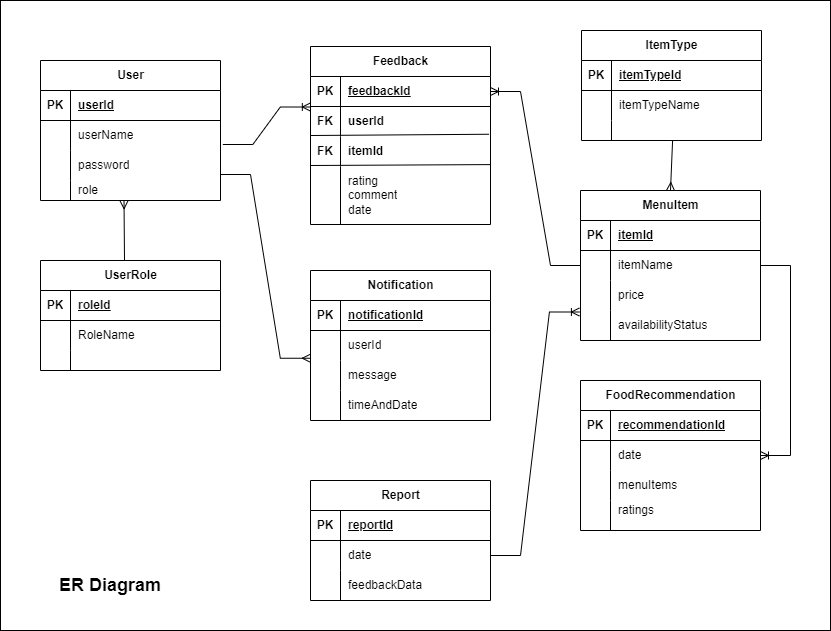
The draw.io diagram UML Diagrams/ER Diagram/ERDiagram.drawio.png in Poyam-ITT/Cafeteria_Recommendation_Engine, before a commit. Source tidied: cells renumbered, new cells last; positions are measured from the earlier drawing's top-left corner, leaving out a move shared by most shapes.
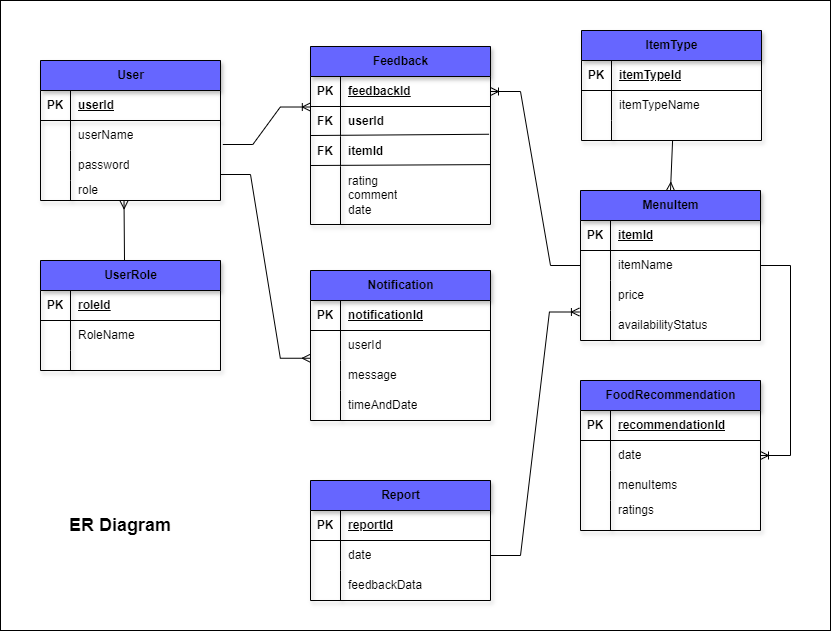
Above is the later version.

Commit message:
Updated ER Diagram colours

The edit, as a diff of the source:
```diff
@@ -5,46 +5,46 @@
     <mxCell id="2" style="rounded=0;whiteSpace=wrap;html=1;" parent="1" vertex="1">
       <mxGeometry width="830" height="630" as="geometry" />
     </mxCell>
-    <mxCell id="3" value="User" style="shape=table;startSize=30;rowLines=0;fontStyle=1;align=center;html=1;" parent="1" vertex="1">
+    <mxCell id="3" value="User" style="shape=table;startSize=30;rowLines=0;fontStyle=1;align=center;html=1;fillColor=#6666FF;shadow=1;" parent="1" vertex="1">
       <mxGeometry x="40" y="60" width="180" height="140" as="geometry" />
     </mxCell>
-    <mxCell id="4" style="shape=tableRow;horizontal=0;startSize=0;swimlaneHead=0;swimlaneBody=0;fillColor=none;top=0;left=0;right=0;bottom=1;" parent="3" vertex="1">
+    <mxCell id="4" style="shape=tableRow;horizontal=0;startSize=0;swimlaneHead=0;swimlaneBody=0;fillColor=none;top=0;left=0;right=0;bottom=1;shadow=1;" parent="3" vertex="1">
       <mxGeometry y="30" width="180" height="30" as="geometry" />
     </mxCell>
-    <mxCell id="5" value="PK" style="shape=partialRectangle;fillColor=none;top=0;left=0;bottom=0;right=0;fontStyle=1;overflow=hidden;whiteSpace=wrap;html=1;" parent="4" vertex="1">
+    <mxCell id="5" value="PK" style="shape=partialRectangle;fillColor=none;top=0;left=0;bottom=0;right=0;fontStyle=1;overflow=hidden;whiteSpace=wrap;html=1;shadow=1;" parent="4" vertex="1">
       <mxGeometry width="30" height="30" as="geometry" />
     </mxCell>
-    <mxCell id="6" value="userId" style="shape=partialRectangle;fillColor=none;top=0;left=0;bottom=0;right=0;align=left;spacingLeft=6;fontStyle=5;overflow=hidden;whiteSpace=wrap;html=1;" parent="4" vertex="1">
+    <mxCell id="6" value="userId" style="shape=partialRectangle;fillColor=none;top=0;left=0;bottom=0;right=0;align=left;spacingLeft=6;fontStyle=5;overflow=hidden;whiteSpace=wrap;html=1;shadow=1;" parent="4" vertex="1">
       <mxGeometry x="30" width="150" height="30" as="geometry" />
     </mxCell>
-    <mxCell id="7" style="shape=tableRow;horizontal=0;startSize=0;swimlaneHead=0;swimlaneBody=0;fillColor=none;points=[[0,0.5],[1,0.5]];portConstraint=eastwest;top=0;left=0;right=0;bottom=0;" parent="3" vertex="1">
+    <mxCell id="7" style="shape=tableRow;horizontal=0;startSize=0;swimlaneHead=0;swimlaneBody=0;fillColor=none;points=[[0,0.5],[1,0.5]];portConstraint=eastwest;top=0;left=0;right=0;bottom=0;shadow=1;" parent="3" vertex="1">
       <mxGeometry y="60" width="180" height="30" as="geometry" />
     </mxCell>
-    <mxCell id="8" style="shape=partialRectangle;fillColor=none;top=0;left=0;bottom=0;right=0;overflow=hidden;whiteSpace=wrap;html=1;" parent="7" vertex="1">
+    <mxCell id="8" style="shape=partialRectangle;fillColor=none;top=0;left=0;bottom=0;right=0;overflow=hidden;whiteSpace=wrap;html=1;shadow=1;" parent="7" vertex="1">
       <mxGeometry width="30" height="30" as="geometry" />
     </mxCell>
-    <mxCell id="9" value="userName" style="shape=partialRectangle;fillColor=none;top=0;left=0;bottom=0;right=0;align=left;spacingLeft=6;overflow=hidden;whiteSpace=wrap;html=1;" parent="7" vertex="1">
+    <mxCell id="9" value="userName" style="shape=partialRectangle;fillColor=none;top=0;left=0;bottom=0;right=0;align=left;spacingLeft=6;overflow=hidden;whiteSpace=wrap;html=1;shadow=1;" parent="7" vertex="1">
       <mxGeometry x="30" width="150" height="30" as="geometry" />
     </mxCell>
-    <mxCell id="10" style="shape=tableRow;horizontal=0;startSize=0;swimlaneHead=0;swimlaneBody=0;fillColor=none;top=0;left=0;right=0;bottom=0;" parent="3" vertex="1">
+    <mxCell id="10" style="shape=tableRow;horizontal=0;startSize=0;swimlaneHead=0;swimlaneBody=0;fillColor=none;top=0;left=0;right=0;bottom=0;shadow=1;" parent="3" vertex="1">
       <mxGeometry y="90" width="180" height="30" as="geometry" />
     </mxCell>
-    <mxCell id="11" style="shape=partialRectangle;fillColor=none;top=0;left=0;bottom=0;right=0;overflow=hidden;whiteSpace=wrap;html=1;" parent="10" vertex="1">
+    <mxCell id="11" style="shape=partialRectangle;fillColor=none;top=0;left=0;bottom=0;right=0;overflow=hidden;whiteSpace=wrap;html=1;shadow=1;" parent="10" vertex="1">
       <mxGeometry width="30" height="30" as="geometry" />
     </mxCell>
-    <mxCell id="12" value="password" style="shape=partialRectangle;fillColor=none;top=0;left=0;bottom=0;right=0;align=left;spacingLeft=6;overflow=hidden;whiteSpace=wrap;html=1;" parent="10" vertex="1">
+    <mxCell id="12" value="password" style="shape=partialRectangle;fillColor=none;top=0;left=0;bottom=0;right=0;align=left;spacingLeft=6;overflow=hidden;whiteSpace=wrap;html=1;shadow=1;" parent="10" vertex="1">
       <mxGeometry x="30" width="150" height="30" as="geometry" />
     </mxCell>
-    <mxCell id="13" style="shape=tableRow;horizontal=0;startSize=0;swimlaneHead=0;swimlaneBody=0;fillColor=none;points=[[0,0.5],[1,0.5]];portConstraint=eastwest;top=0;left=0;right=0;bottom=0;" parent="3" vertex="1">
+    <mxCell id="13" style="shape=tableRow;horizontal=0;startSize=0;swimlaneHead=0;swimlaneBody=0;fillColor=none;points=[[0,0.5],[1,0.5]];portConstraint=eastwest;top=0;left=0;right=0;bottom=0;shadow=1;" parent="3" vertex="1">
       <mxGeometry y="120" width="180" height="20" as="geometry" />
     </mxCell>
-    <mxCell id="14" style="shape=partialRectangle;fillColor=none;top=0;left=0;bottom=0;right=0;overflow=hidden;whiteSpace=wrap;html=1;" parent="13" vertex="1">
+    <mxCell id="14" style="shape=partialRectangle;fillColor=none;top=0;left=0;bottom=0;right=0;overflow=hidden;whiteSpace=wrap;html=1;shadow=1;" parent="13" vertex="1">
       <mxGeometry width="30" height="20" as="geometry" />
     </mxCell>
-    <mxCell id="15" value="role" style="shape=partialRectangle;fillColor=none;top=0;left=0;bottom=0;right=0;align=left;spacingLeft=6;overflow=hidden;whiteSpace=wrap;html=1;" parent="13" vertex="1">
+    <mxCell id="15" value="role" style="shape=partialRectangle;fillColor=none;top=0;left=0;bottom=0;right=0;align=left;spacingLeft=6;overflow=hidden;whiteSpace=wrap;html=1;shadow=1;" parent="13" vertex="1">
       <mxGeometry x="30" width="150" height="20" as="geometry" />
     </mxCell>
-    <mxCell id="16" value="Feedback" style="shape=table;startSize=30;rowLines=0;fontStyle=1;align=center;html=1;" parent="1" vertex="1">
+    <mxCell id="16" value="Feedback" style="shape=table;startSize=30;rowLines=0;fontStyle=1;align=center;html=1;fillColor=#6666FF;shadow=1;" parent="1" vertex="1">
       <mxGeometry x="310" y="46" width="180" height="178" as="geometry" />
     </mxCell>
     <mxCell id="17" style="shape=tableRow;horizontal=0;startSize=0;swimlaneHead=0;swimlaneBody=0;fillColor=none;points=[[0,0.5],[1,0.5]];portConstraint=eastwest;top=0;left=0;right=0;bottom=1;" parent="16" vertex="1">
@@ -91,7 +91,7 @@
         <mxPoint y="119" as="sourcePoint" />
       </mxGeometry>
     </mxCell>
-    <mxCell id="31" value="MenuItem" style="shape=table;startSize=30;rowLines=0;fontStyle=1;align=center;html=1;" parent="1" vertex="1">
+    <mxCell id="31" value="MenuItem" style="shape=table;startSize=30;rowLines=0;fontStyle=1;align=center;html=1;fillColor=#6666FF;shadow=1;" parent="1" vertex="1">
       <mxGeometry x="580" y="190" width="180" height="150" as="geometry" />
     </mxCell>
     <mxCell id="32" style="shape=tableRow;horizontal=0;startSize=0;swimlaneHead=0;swimlaneBody=0;fillColor=none;top=0;left=0;right=0;bottom=1;" parent="31" vertex="1">
@@ -130,7 +130,7 @@
     <mxCell id="43" value="availabilityStatus" style="shape=partialRectangle;fillColor=none;top=0;left=0;bottom=0;right=0;align=left;spacingLeft=6;overflow=hidden;whiteSpace=wrap;html=1;" parent="41" vertex="1">
       <mxGeometry x="30" width="150" height="30" as="geometry" />
     </mxCell>
-    <mxCell id="44" value="Report" style="shape=table;startSize=30;rowLines=0;fontStyle=1;align=center;html=1;" parent="1" vertex="1">
+    <mxCell id="44" value="Report" style="shape=table;startSize=30;rowLines=0;fontStyle=1;align=center;html=1;fillColor=#6666FF;shadow=1;" parent="1" vertex="1">
       <mxGeometry x="310" y="480" width="180" height="120" as="geometry" />
     </mxCell>
     <mxCell id="45" style="shape=tableRow;horizontal=0;startSize=0;swimlaneHead=0;swimlaneBody=0;fillColor=none;top=0;left=0;right=0;bottom=1;" parent="44" vertex="1">
@@ -160,7 +160,7 @@
     <mxCell id="53" value="feedbackData" style="shape=partialRectangle;fillColor=none;top=0;left=0;bottom=0;right=0;align=left;spacingLeft=6;overflow=hidden;whiteSpace=wrap;html=1;" parent="51" vertex="1">
       <mxGeometry x="30" width="150" height="30" as="geometry" />
     </mxCell>
-    <mxCell id="54" value="FoodRecommendation" style="shape=table;startSize=30;rowLines=0;fontStyle=1;align=center;html=1;" parent="1" vertex="1">
+    <mxCell id="54" value="FoodRecommendation" style="shape=table;startSize=30;rowLines=0;fontStyle=1;align=center;html=1;fillColor=#6666FF;shadow=1;" parent="1" vertex="1">
       <mxGeometry x="580" y="380" width="180" height="150" as="geometry" />
     </mxCell>
     <mxCell id="55" style="shape=tableRow;horizontal=0;startSize=0;swimlaneHead=0;swimlaneBody=0;fillColor=none;top=0;left=0;right=0;bottom=1;" parent="54" vertex="1">
@@ -212,9 +212,9 @@
       <mxGeometry relative="1" as="geometry" />
     </mxCell>
     <mxCell id="71" value="&lt;font style=&quot;font-size: 18px;&quot;&gt;&lt;b style=&quot;&quot;&gt;ER Diagram&lt;/b&gt;&lt;/font&gt;" style="text;html=1;align=center;verticalAlign=middle;whiteSpace=wrap;rounded=0;" parent="1" vertex="1">
-      <mxGeometry x="40" y="570" width="140" height="30" as="geometry" />
+      <mxGeometry x="50" y="510" width="140" height="30" as="geometry" />
     </mxCell>
-    <mxCell id="72" value="UserRole" style="shape=table;startSize=30;rowLines=0;fontStyle=1;align=center;html=1;" parent="1" vertex="1">
+    <mxCell id="72" value="UserRole" style="shape=table;startSize=30;rowLines=0;fontStyle=1;align=center;html=1;fillColor=#6666FF;shadow=1;" parent="1" vertex="1">
       <mxGeometry x="40" y="260" width="180" height="110" as="geometry" />
     </mxCell>
     <mxCell id="73" style="shape=tableRow;horizontal=0;startSize=0;swimlaneHead=0;swimlaneBody=0;fillColor=none;top=0;left=0;right=0;bottom=1;" parent="72" vertex="1">
@@ -249,7 +249,7 @@
         <mxPoint x="124" y="260" as="sourcePoint" />
       </mxGeometry>
     </mxCell>
-    <mxCell id="83" value="ItemType" style="shape=table;startSize=30;rowLines=0;fontStyle=1;align=center;html=1;" parent="1" vertex="1">
+    <mxCell id="83" value="ItemType" style="shape=table;startSize=30;rowLines=0;fontStyle=1;align=center;html=1;fillColor=#6666FF;shadow=1;" parent="1" vertex="1">
       <mxGeometry x="581" y="30" width="180" height="110" as="geometry" />
     </mxCell>
     <mxCell id="84" style="shape=tableRow;horizontal=0;startSize=0;swimlaneHead=0;swimlaneBody=0;fillColor=none;top=0;left=0;right=0;bottom=1;" parent="83" vertex="1">
@@ -282,7 +282,7 @@
     <mxCell id="93" style="fontSize=12;html=1;endArrow=ERmany;rounded=0;entryX=0.5;entryY=0;entryDx=0;entryDy=0;exitX=0.506;exitY=1.013;exitDx=0;exitDy=0;exitPerimeter=0;" parent="1" edge="1" source="90" target="31">
       <mxGeometry relative="1" as="geometry" />
     </mxCell>
-    <mxCell id="94" value="Notification" style="shape=table;startSize=30;rowLines=0;fontStyle=1;align=center;html=1;" parent="1" vertex="1">
+    <mxCell id="94" value="Notification" style="shape=table;startSize=30;rowLines=0;fontStyle=1;align=center;html=1;fillColor=#6666FF;shadow=1;" parent="1" vertex="1">
       <mxGeometry x="310" y="270" width="180" height="150" as="geometry" />
     </mxCell>
     <mxCell id="95" style="shape=tableRow;horizontal=0;startSize=0;swimlaneHead=0;swimlaneBody=0;fillColor=none;top=0;left=0;right=0;bottom=1;" parent="94" vertex="1">
```
